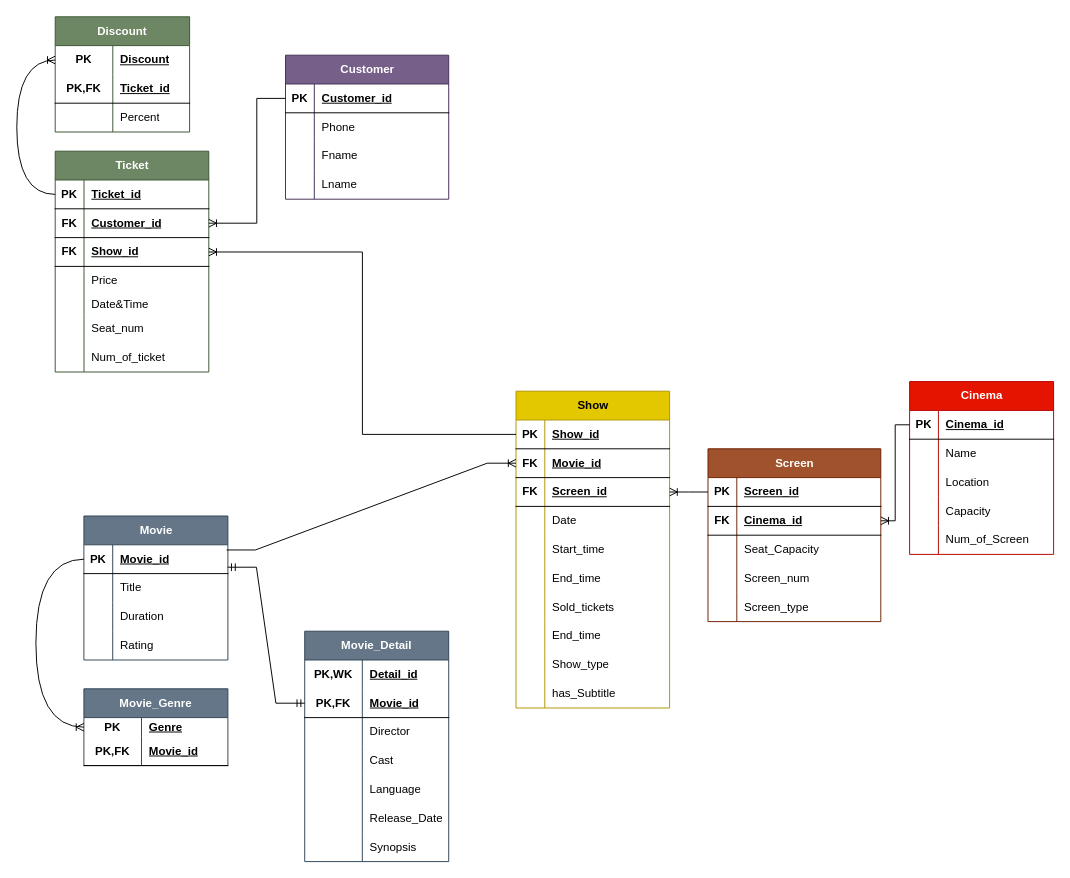
Before: Cinema_db_tables.drawio in R-Zarei/Cinema-db, a draw.io diagram. Source tidied: cells renumbered, new cells numbered last; positions are measured from the earlier drawing's top-left corner, leaving out a move shared by most shapes. Both pictures are drawn from the tidied source at 96%, with x=0, y=0 at pixel (16, 16).
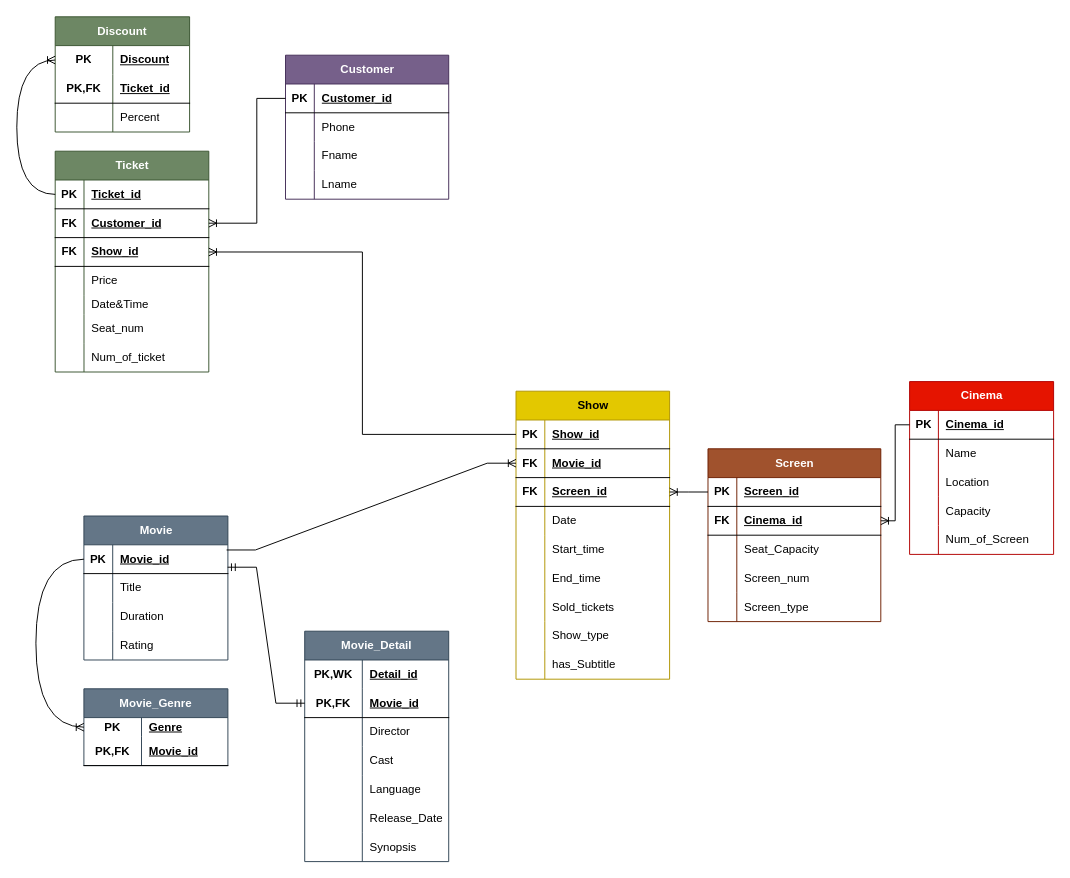
The same diagram, later.

The edit, as a diff of the source:
```diff
@@
     <mxCell id="22" value="Show" style="shape=table;startSize=30;childLayout=tableLayout;rowLines=0;fontStyle=1;align=center;html=1;fillColor=#e3c800;strokeColor=#B09500;fontColor=#000000;" parent="1" vertex="1">
-      <mxGeometry x="520" y="390" width="160" height="330" as="geometry" />
+      <mxGeometry x="520" y="390" width="160" height="300" as="geometry" />
     </mxCell>
@@
-    <mxCell id="44" style="shape=tableRow;horizontal=0;startSize=0;swimlaneHead=0;swimlaneBody=0;fillColor=none;top=0;left=0;right=0;bottom=0;" parent="22" vertex="1">
-      <mxGeometry y="240" width="160" height="30" as="geometry" />
-    </mxCell>
-    <mxCell id="45" style="shape=partialRectangle;fillColor=none;top=0;left=0;bottom=0;right=0;overflow=hidden;whiteSpace=wrap;html=1;" parent="44" vertex="1">
-      <mxGeometry width="30" height="30" as="geometry" />
-    </mxCell>
-    <mxCell id="46" value="End_time" style="shape=partialRectangle;fillColor=none;top=0;left=0;bottom=0;right=0;align=left;spacingLeft=6;overflow=hidden;whiteSpace=wrap;html=1;" parent="44" vertex="1">
-      <mxGeometry x="30" width="130" height="30" as="geometry" />
-    </mxCell>
     <mxCell id="47" style="shape=tableRow;horizontal=0;startSize=0;swimlaneHead=0;swimlaneBody=0;fillColor=none;top=0;left=0;right=0;bottom=0;" parent="22" vertex="1">
-      <mxGeometry y="270" width="160" height="30" as="geometry" />
+      <mxGeometry y="240" width="160" height="30" as="geometry" />
     </mxCell>
@@
     <mxCell id="50" style="shape=tableRow;horizontal=0;startSize=0;swimlaneHead=0;swimlaneBody=0;fillColor=none;top=0;left=0;right=0;bottom=0;" parent="22" vertex="1">
-      <mxGeometry y="300" width="160" height="30" as="geometry" />
+      <mxGeometry y="270" width="160" height="30" as="geometry" />
     </mxCell>
```
